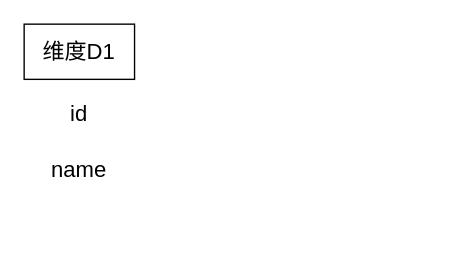
This is metric_derived.drawio from anyingle/ay-diagrams, a draw.io file, before an edit. Source tidied: cells renumbered, new cells numbered last; positions are measured from the earlier drawing's top-left corner, leaving out a move shared by most shapes. Both pictures are drawn from the tidied source at 138%, with x=0, y=0 at pixel (23, 23).
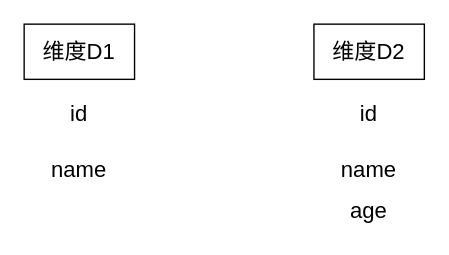
After the change.

What changed in the source:
```diff
@@
 <mxGraphModel>
   <root>
     <mxCell id="0" />
     <mxCell id="1" parent="0" />
     <mxCell id="2" value="维度D1" style="rounded=0;whiteSpace=wrap;html=1;fontSize=16;" parent="1" vertex="1">
       <mxGeometry width="80" height="40" as="geometry" />
     </mxCell>
     <mxCell id="3" value="id" style="text;html=1;strokeColor=none;fillColor=none;align=center;verticalAlign=middle;whiteSpace=wrap;rounded=0;fontSize=16;" parent="1" vertex="1">
       <mxGeometry x="10" y="50" width="60" height="30" as="geometry" />
     </mxCell>
     <mxCell id="4" value="name" style="text;html=1;strokeColor=none;fillColor=none;align=center;verticalAlign=middle;whiteSpace=wrap;rounded=0;fontSize=16;" parent="1" vertex="1">
       <mxGeometry x="10" y="90" width="60" height="30" as="geometry" />
     </mxCell>
+    <mxCell id="5" value="维度D2" style="rounded=0;whiteSpace=wrap;html=1;fontSize=16;" parent="1" vertex="1">
+      <mxGeometry x="210" width="80" height="40" as="geometry" />
+    </mxCell>
+    <mxCell id="6" value="id" style="text;html=1;strokeColor=none;fillColor=none;align=center;verticalAlign=middle;whiteSpace=wrap;rounded=0;fontSize=16;" parent="1" vertex="1">
+      <mxGeometry x="220" y="50" width="60" height="30" as="geometry" />
+    </mxCell>
+    <mxCell id="7" value="name" style="text;html=1;strokeColor=none;fillColor=none;align=center;verticalAlign=middle;whiteSpace=wrap;rounded=0;fontSize=16;" parent="1" vertex="1">
+      <mxGeometry x="220" y="90" width="60" height="30" as="geometry" />
+    </mxCell>
+    <mxCell id="8" value="age" style="text;html=1;strokeColor=none;fillColor=none;align=center;verticalAlign=middle;whiteSpace=wrap;rounded=0;fontSize=16;" parent="1" vertex="1">
+      <mxGeometry x="220" y="120" width="60" height="30" as="geometry" />
+    </mxCell>
   </root>
 </mxGraphModel>
```
